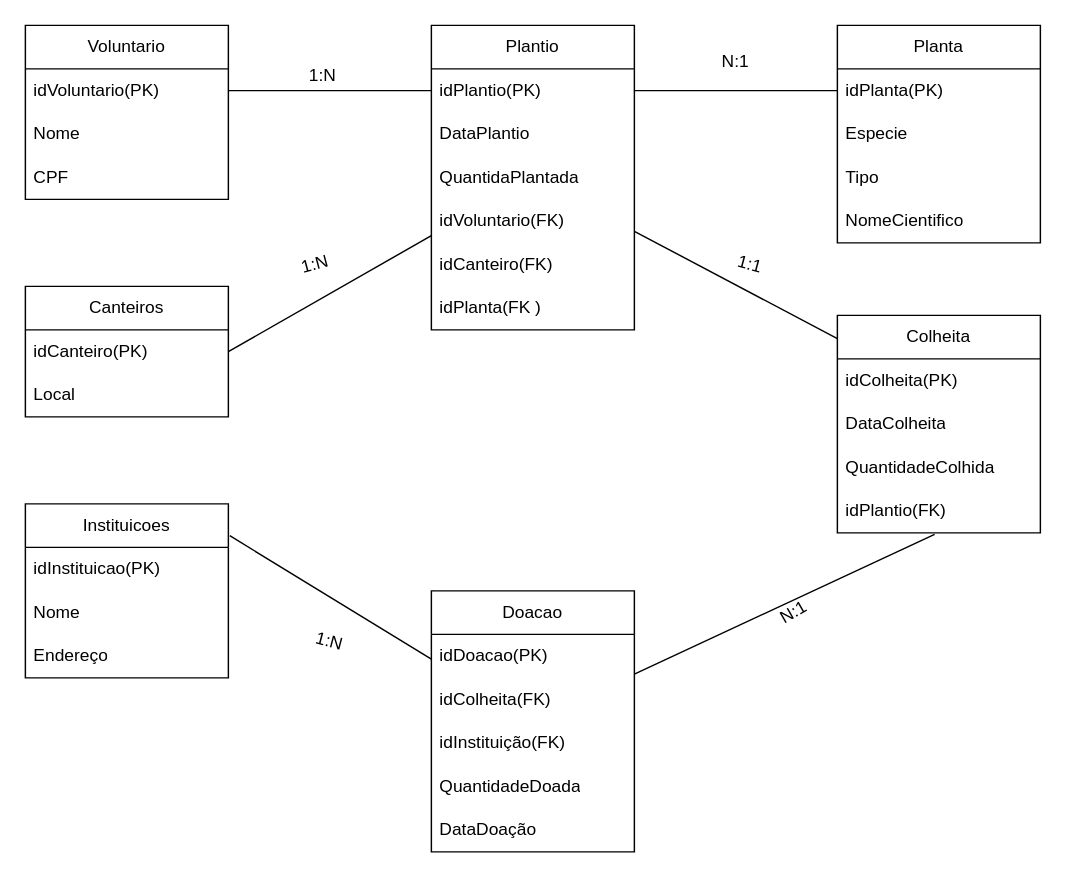
Earlier version of the draw.io diagram VerdeVida.drawio (DaivKing/MOD2.2). Source tidied: cells renumbered, new cells numbered last; positions are measured from the earlier drawing's top-left corner, leaving out a move shared by most shapes. Both pictures are drawn from the tidied source at 145%, with x=0, y=0 at pixel (25, 25).
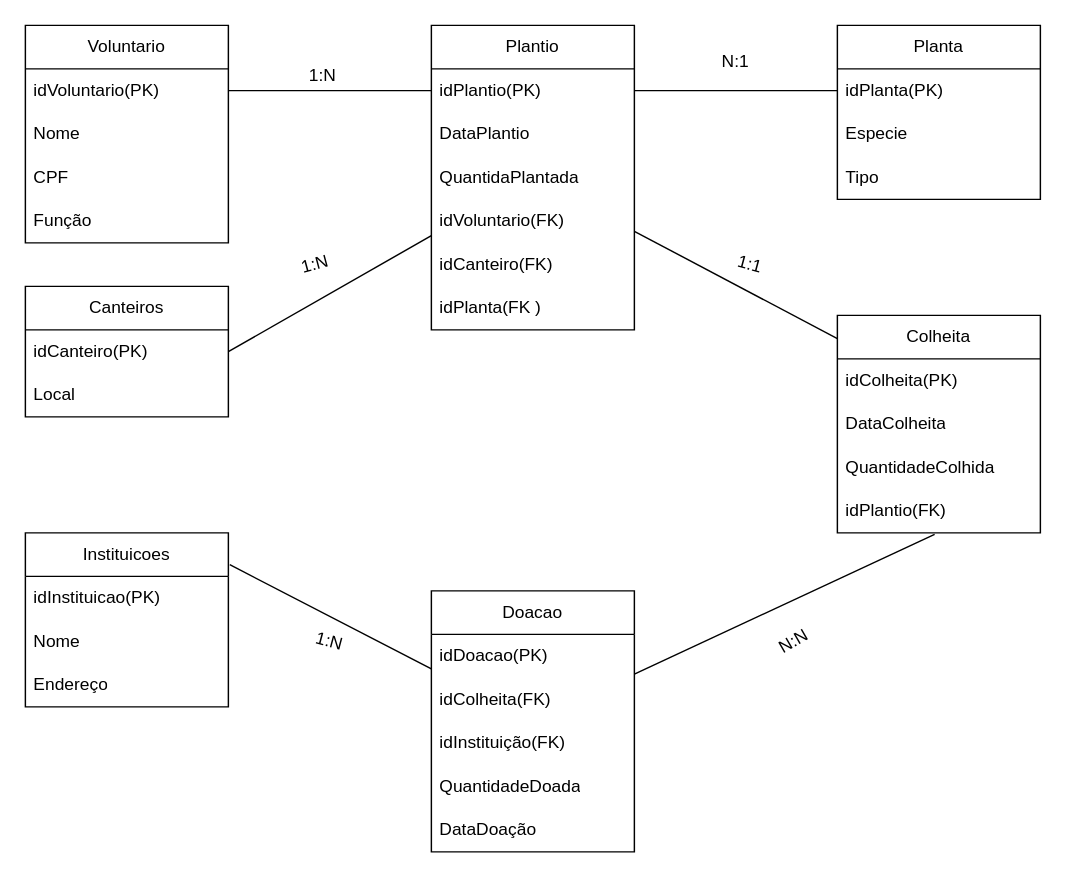
Above is the later version.

Commit message (it also covers changes not shown here):
ReadMe e correção do modelo logico

What changed in the source:
```diff
@@
     <mxCell id="2" value="Voluntario" style="swimlane;fontStyle=0;horizontal=1;startSize=30;whiteSpace=wrap;html=1;" parent="1" vertex="1">
-      <mxGeometry width="140" height="120" as="geometry" />
+      <mxGeometry width="140" height="150" as="geometry" />
     </mxCell>
@@
+    <mxCell id="48" value="Função" style="text;strokeColor=none;fillColor=none;align=left;verticalAlign=middle;spacingLeft=4;spacingRight=4;overflow=hidden;whiteSpace=wrap;html=1;" parent="2" vertex="1">
+      <mxGeometry y="120" width="140" height="30" as="geometry" />
+    </mxCell>
@@
     <mxCell id="9" value="Planta" style="swimlane;fontStyle=0;horizontal=1;startSize=30;whiteSpace=wrap;html=1;" parent="1" vertex="1">
-      <mxGeometry x="560" width="140" height="150" as="geometry" />
+      <mxGeometry x="560" width="140" height="120" as="geometry" />
     </mxCell>
@@
-    <mxCell id="13" value="NomeCientifico" style="text;strokeColor=none;fillColor=none;align=left;verticalAlign=middle;spacingLeft=4;spacingRight=4;overflow=hidden;whiteSpace=wrap;html=1;" parent="9" vertex="1">
-      <mxGeometry y="120" width="140" height="30" as="geometry" />
-    </mxCell>
@@
     <mxCell id="26" value="Instituicoes" style="swimlane;fontStyle=0;horizontal=1;startSize=30;whiteSpace=wrap;html=1;" parent="1" vertex="1">
-      <mxGeometry y="330" width="140" height="120" as="geometry" />
+      <mxGeometry y="350" width="140" height="120" as="geometry" />
     </mxCell>
@@
-    <mxCell id="45" value="N:1" style="text;html=1;align=center;verticalAlign=middle;whiteSpace=wrap;rounded=0;rotation=-30;" parent="1" vertex="1">
-      <mxGeometry x="500" y="390" width="60" height="30" as="geometry" />
+    <mxCell id="45" value="N:N" style="text;html=1;align=center;verticalAlign=middle;whiteSpace=wrap;rounded=0;rotation=-30;" parent="1" vertex="1">
+      <mxGeometry x="500" y="410" width="60" height="30" as="geometry" />
     </mxCell>
```
